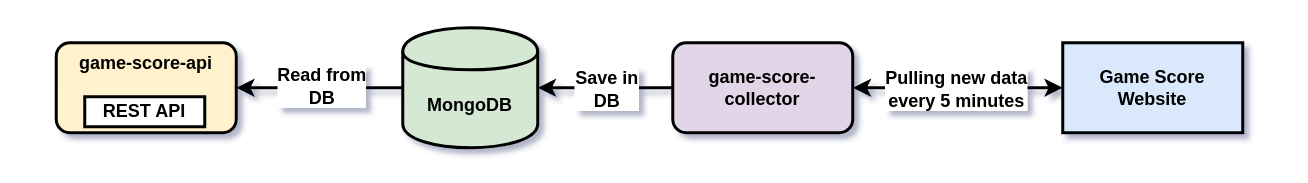
Above: images/project-diagram.drawio in ivangfr/springboot-jsoup-html-parser (draw.io), before the change. Source tidied: cells renumbered, new cells numbered last; positions are measured from the earlier drawing's top-left corner, leaving out a move shared by most shapes. Both pictures are drawn from the tidied source at 150%, with x=0, y=0 at pixel (56, 27).
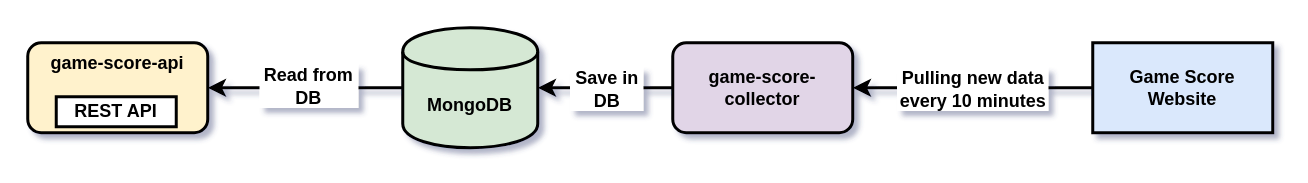
The same page after the edit.

What changed in the source:
```diff
@@
 <mxGraphModel shadow="1">
   <root>
     <mxCell id="0" />
     <mxCell id="1" parent="0" />
     <mxCell id="2" value="&lt;b&gt;game-score-api&lt;/b&gt;" style="rounded=1;whiteSpace=wrap;html=1;strokeWidth=2;horizontal=1;verticalAlign=top;fillColor=#fff2cc;strokeColor=#000000;" parent="1" vertex="1">
-      <mxGeometry y="10" width="120" height="60" as="geometry" />
+      <mxGeometry x="-19" y="10" width="120" height="60" as="geometry" />
     </mxCell>
     <mxCell id="3" value="&lt;b&gt;MongoDB&lt;/b&gt;" style="shape=cylinder;whiteSpace=wrap;html=1;boundedLbl=1;backgroundOutline=1;strokeWidth=2;fillColor=#d5e8d4;strokeColor=#000000;" parent="1" vertex="1">
       <mxGeometry x="231" width="90" height="80" as="geometry" />
     </mxCell>
     <mxCell id="4" value="&lt;b&gt;game-score-collector&lt;/b&gt;" style="rounded=1;whiteSpace=wrap;html=1;strokeWidth=2;fillColor=#e1d5e7;strokeColor=#000000;" parent="1" vertex="1">
       <mxGeometry x="411" y="10" width="120" height="60" as="geometry" />
     </mxCell>
     <mxCell id="5" value="&lt;b&gt;Game Score&lt;br&gt;Website&lt;/b&gt;" style="rounded=0;whiteSpace=wrap;html=1;strokeWidth=2;fillColor=#dae8fc;strokeColor=#000000;" parent="1" vertex="1">
-      <mxGeometry x="671" y="10" width="120" height="60" as="geometry" />
+      <mxGeometry x="691" y="10" width="120" height="60" as="geometry" />
     </mxCell>
     <mxCell id="6" value="&lt;b&gt;REST API&lt;/b&gt;" style="rounded=0;whiteSpace=wrap;html=1;strokeWidth=2;" parent="1" vertex="1">
-      <mxGeometry x="19" y="46" width="80" height="20" as="geometry" />
+      <mxGeometry y="46" width="80" height="20" as="geometry" />
     </mxCell>
-    <mxCell id="7" style="endArrow=classic;startArrow=classic;html=1;exitX=1;exitY=0.5;exitDx=0;exitDy=0;strokeWidth=2;" parent="1" edge="1" source="4" target="5">
+    <mxCell id="7" style="endArrow=none;startArrow=classic;html=1;exitX=1;exitY=0.5;exitDx=0;exitDy=0;strokeWidth=2;endFill=0;" parent="1" edge="1" source="4" target="5">
       <mxGeometry relative="1" as="geometry" />
     </mxCell>
-    <mxCell id="8" value="&lt;b&gt;Pulling new data&lt;br&gt;every 5 minutes&lt;/b&gt;" style="text;html=1;align=center;verticalAlign=middle;labelBackgroundColor=#ffffff;" parent="7" vertex="1">
+    <mxCell id="8" value="&lt;b&gt;&amp;nbsp;Pulling new data&amp;nbsp;&lt;br&gt;every 10 minutes&lt;/b&gt;" style="text;html=1;align=center;verticalAlign=middle;labelBackgroundColor=#ffffff;" parent="7" vertex="1">
       <mxGeometry x="0.14" y="2" relative="1" as="geometry">
         <mxPoint x="-11.5" y="2" as="offset" />
       </mxGeometry>
     </mxCell>
     <mxCell id="9" style="endArrow=classic;html=1;strokeWidth=2;exitX=0;exitY=0.5;exitDx=0;exitDy=0;entryX=1;entryY=0.5;entryDx=0;entryDy=0;" parent="1" edge="1" source="4" target="3">
       <mxGeometry relative="1" as="geometry" />
     </mxCell>
-    <mxCell id="10" value="&lt;b&gt;Save in&lt;br&gt;DB&lt;/b&gt;&lt;br&gt;" style="text;html=1;align=center;verticalAlign=middle;labelBackgroundColor=#ffffff;" parent="9" vertex="1">
+    <mxCell id="10" value="&lt;b&gt;&amp;nbsp;Save in&amp;nbsp;&lt;br&gt;DB&lt;/b&gt;&lt;br&gt;" style="text;html=1;align=center;verticalAlign=middle;labelBackgroundColor=#ffffff;" parent="9" vertex="1">
       <mxGeometry x="-0.01" relative="1" as="geometry" />
     </mxCell>
     <mxCell id="11" style="endArrow=classic;html=1;strokeWidth=2;entryX=1;entryY=0.5;entryDx=0;entryDy=0;exitX=0;exitY=0.5;exitDx=0;exitDy=0;" parent="1" edge="1" source="3" target="2">
       <mxGeometry relative="1" as="geometry" />
     </mxCell>
-    <mxCell id="12" value="&lt;b&gt;Read from&lt;br&gt;DB&lt;/b&gt;&lt;br&gt;" style="text;html=1;align=center;verticalAlign=middle;labelBackgroundColor=#ffffff;" parent="11" vertex="1">
+    <mxCell id="12" value="&lt;b&gt;&amp;nbsp;Read from&amp;nbsp;&lt;br&gt;DB&lt;/b&gt;&lt;br&gt;" style="text;html=1;align=center;verticalAlign=middle;labelBackgroundColor=#ffffff;" parent="11" vertex="1">
       <mxGeometry x="-0.01" y="-2" relative="1" as="geometry" />
     </mxCell>
   </root>
 </mxGraphModel>
```
